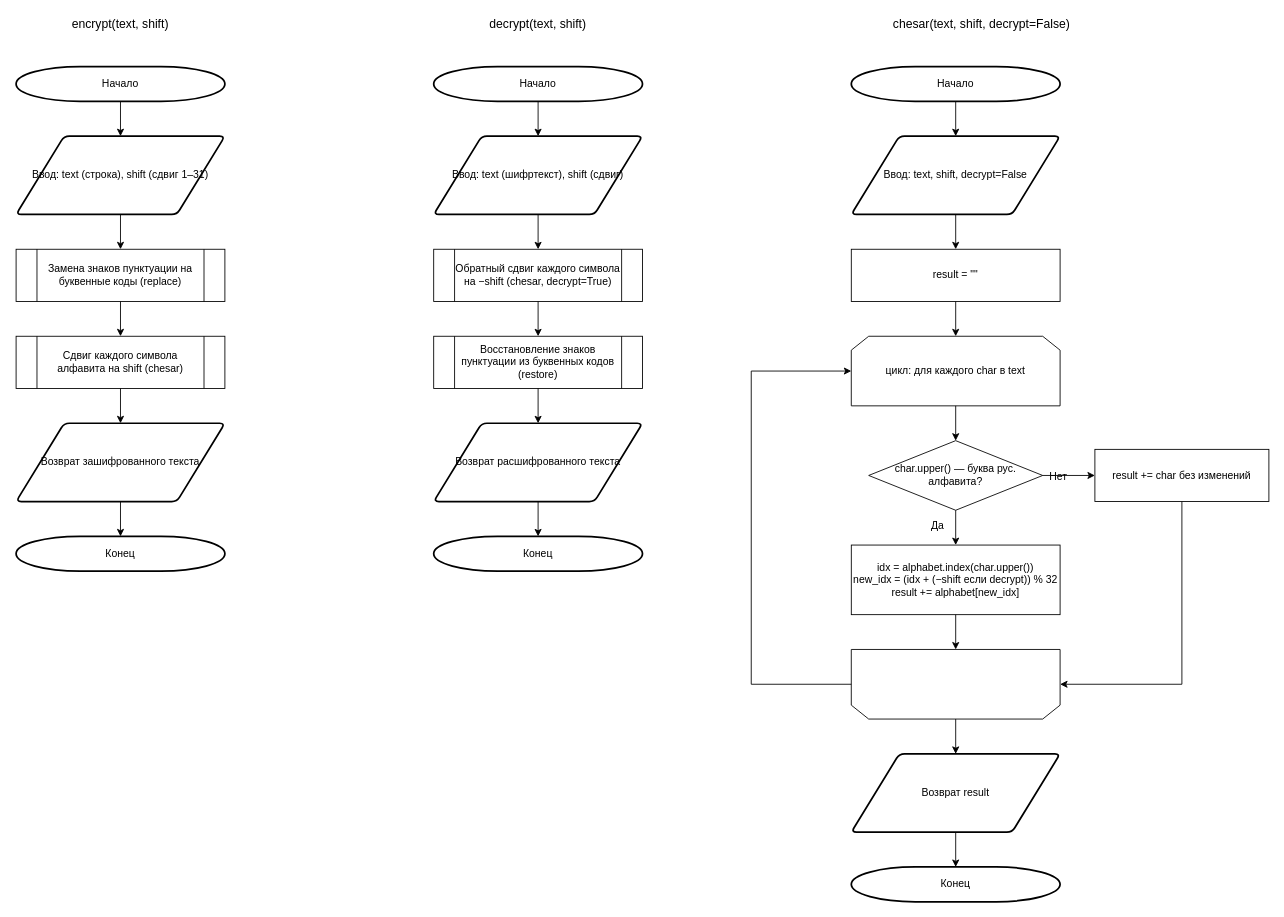
Above: caesar_diagram.drawio in Laincetta/mospolytech-cryptography (draw.io), before the change. Source tidied: cells renumbered, new cells numbered last; positions are measured from the earlier drawing's top-left corner, leaving out a move shared by most shapes. Both pictures are drawn from the tidied source at 87%, with x=0, y=0 at pixel (16, 15).
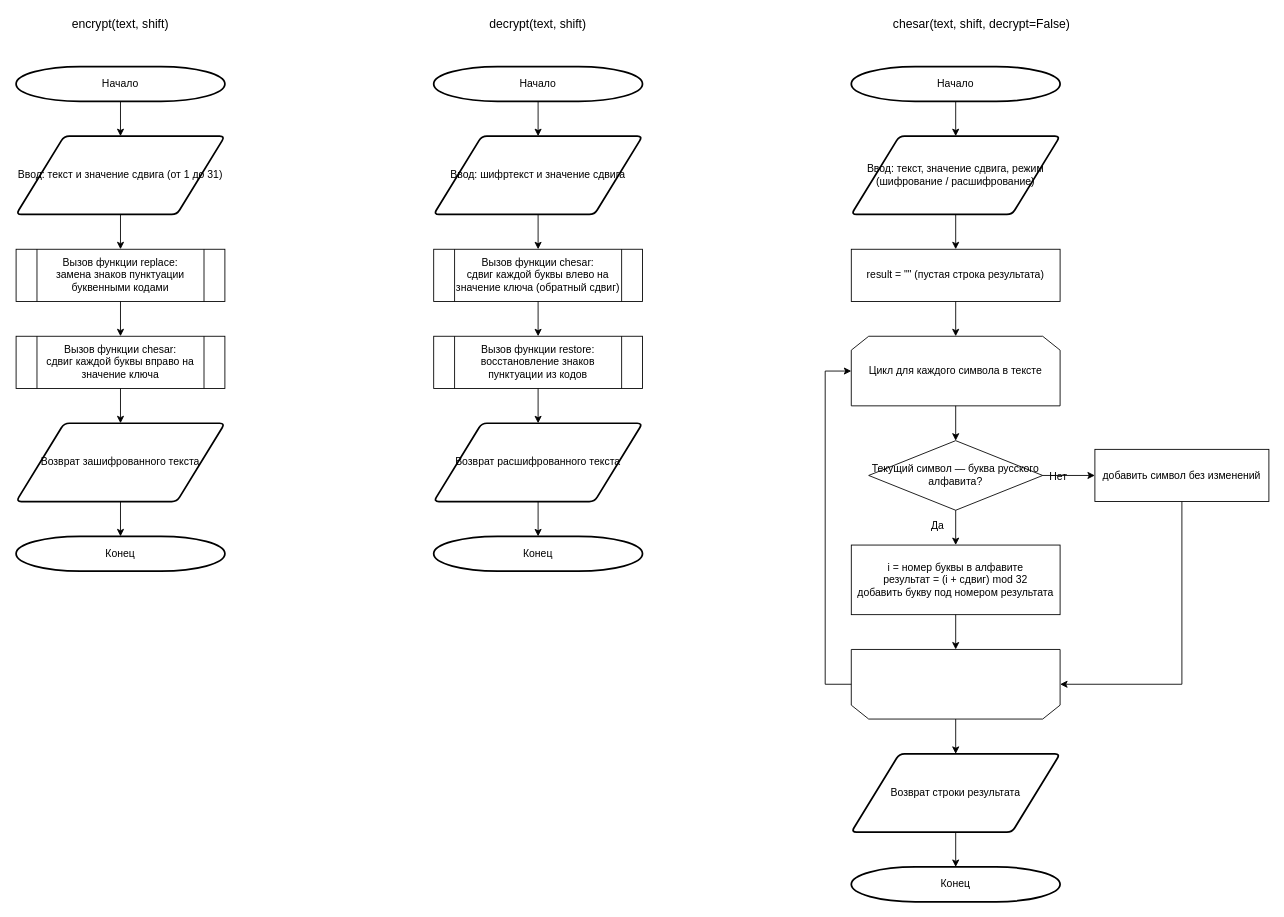
The same diagram, later.

The change refers to these unchanged cells:
```xml
<mxCell id="37" style="text;html=1;whiteSpace=wrap;strokeColor=none;fillColor=none;opacity=0;" parent="1" vertex="1">
  <mxGeometry x="960" y="729" width="240" height="80" as="geometry" />
</mxCell>
```

Diff of the diagram source:
```diff
@@
-    <mxCell id="4" value="Ввод: text (строка), shift (сдвиг 1–31)" style="shape=parallelogram;html=1;strokeWidth=2;perimeter=parallelogramPerimeter;whiteSpace=wrap;rounded=1;arcSize=12;size=0.23;" parent="1" vertex="1">
+    <mxCell id="4" value="Ввод: текст и значение сдвига (от 1 до 31)" style="shape=parallelogram;html=1;strokeWidth=2;perimeter=parallelogramPerimeter;whiteSpace=wrap;rounded=1;arcSize=12;size=0.23;" parent="1" vertex="1">
       <mxGeometry y="139" width="240" height="90" as="geometry" />
     </mxCell>
-    <mxCell id="5" value="Замена знаков пунктуации на буквенные коды (replace)" style="shape=process;whiteSpace=wrap;html=1;backgroundOutline=1;" parent="1" vertex="1">
+    <mxCell id="5" value="Вызов функции replace:&#10;замена знаков пунктуации буквенными кодами" style="shape=process;whiteSpace=wrap;html=1;backgroundOutline=1;" parent="1" vertex="1">
       <mxGeometry y="269" width="240" height="60" as="geometry" />
     </mxCell>
-    <mxCell id="6" value="Сдвиг каждого символа алфавита на shift (chesar)" style="shape=process;whiteSpace=wrap;html=1;backgroundOutline=1;" parent="1" vertex="1">
+    <mxCell id="6" value="Вызов функции chesar:&#10;сдвиг каждой буквы вправо на значение ключа" style="shape=process;whiteSpace=wrap;html=1;backgroundOutline=1;" parent="1" vertex="1">
       <mxGeometry y="369" width="240" height="60" as="geometry" />
     </mxCell>
@@
-    <mxCell id="16" value="Ввод: text (шифртекст), shift (сдвиг)" style="shape=parallelogram;html=1;strokeWidth=2;perimeter=parallelogramPerimeter;whiteSpace=wrap;rounded=1;arcSize=12;size=0.23;" parent="1" vertex="1">
+    <mxCell id="16" value="Ввод: шифртекст и значение сдвига" style="shape=parallelogram;html=1;strokeWidth=2;perimeter=parallelogramPerimeter;whiteSpace=wrap;rounded=1;arcSize=12;size=0.23;" parent="1" vertex="1">
       <mxGeometry x="480" y="139" width="240" height="90" as="geometry" />
     </mxCell>
-    <mxCell id="17" value="Обратный сдвиг каждого символа на −shift (chesar, decrypt=True)" style="shape=process;whiteSpace=wrap;html=1;backgroundOutline=1;" parent="1" vertex="1">
+    <mxCell id="17" value="Вызов функции chesar:&#10;сдвиг каждой буквы влево на значение ключа (обратный сдвиг)" style="shape=process;whiteSpace=wrap;html=1;backgroundOutline=1;" parent="1" vertex="1">
       <mxGeometry x="480" y="269" width="240" height="60" as="geometry" />
     </mxCell>
-    <mxCell id="18" value="Восстановление знаков пунктуации из буквенных кодов (restore)" style="shape=process;whiteSpace=wrap;html=1;backgroundOutline=1;" parent="1" vertex="1">
+    <mxCell id="18" value="Вызов функции restore:&#10;восстановление знаков пунктуации из кодов" style="shape=process;whiteSpace=wrap;html=1;backgroundOutline=1;" parent="1" vertex="1">
       <mxGeometry x="480" y="369" width="240" height="60" as="geometry" />
     </mxCell>
@@
-    <mxCell id="28" value="Ввод: text, shift, decrypt=False" style="shape=parallelogram;html=1;strokeWidth=2;perimeter=parallelogramPerimeter;whiteSpace=wrap;rounded=1;arcSize=12;size=0.23;" parent="1" vertex="1">
+    <mxCell id="28" value="Ввод: текст, значение сдвига, режим (шифрование / расшифрование)" style="shape=parallelogram;html=1;strokeWidth=2;perimeter=parallelogramPerimeter;whiteSpace=wrap;rounded=1;arcSize=12;size=0.23;" parent="1" vertex="1">
       <mxGeometry x="960" y="139" width="240" height="90" as="geometry" />
     </mxCell>
-    <mxCell id="29" value="result = &quot;&quot;" style="rounded=0;whiteSpace=wrap;html=1;" parent="1" vertex="1">
+    <mxCell id="29" value="result = &amp;quot;&amp;quot; (пустая строка результата)" style="rounded=0;whiteSpace=wrap;html=1;" parent="1" vertex="1">
       <mxGeometry x="960" y="269" width="240" height="60" as="geometry" />
     </mxCell>
-    <mxCell id="30" value="цикл: для каждого char в text" style="shape=loopLimit;whiteSpace=wrap;html=1;" parent="1" vertex="1">
+    <mxCell id="30" value="Цикл для каждого символа в тексте" style="shape=loopLimit;whiteSpace=wrap;html=1;" parent="1" vertex="1">
       <mxGeometry x="960" y="369" width="240" height="80" as="geometry" />
     </mxCell>
-    <mxCell id="31" value="char.upper() — буква рус. алфавита?" style="rhombus;whiteSpace=wrap;html=1;" parent="1" vertex="1">
+    <mxCell id="31" value="Текущий символ — буква русского алфавита?" style="rhombus;whiteSpace=wrap;html=1;" parent="1" vertex="1">
       <mxGeometry x="980" y="489" width="200" height="80" as="geometry" />
     </mxCell>
@@
-    <mxCell id="34" value="idx = alphabet.index(char.upper())&#10;new_idx = (idx + (−shift если decrypt)) % 32&#10;result += alphabet[new_idx]" style="rounded=0;whiteSpace=wrap;html=1;" parent="1" vertex="1">
+    <mxCell id="34" value="i = номер буквы в алфавите&#10;результат = (i + сдвиг) mod 32&#10;добавить букву под номером результата" style="rounded=0;whiteSpace=wrap;html=1;" parent="1" vertex="1">
       <mxGeometry x="960" y="609" width="240" height="80" as="geometry" />
     </mxCell>
-    <mxCell id="35" value="result += char без изменений" style="rounded=0;whiteSpace=wrap;html=1;" parent="1" vertex="1">
+    <mxCell id="35" value="добавить символ без изменений" style="rounded=0;whiteSpace=wrap;html=1;" parent="1" vertex="1">
       <mxGeometry x="1240" y="499" width="200" height="60" as="geometry" />
     </mxCell>
@@
-    <mxCell id="38" value="Возврат result" style="shape=parallelogram;html=1;strokeWidth=2;perimeter=parallelogramPerimeter;whiteSpace=wrap;rounded=1;arcSize=12;size=0.23;" parent="1" vertex="1">
+    <mxCell id="38" value="Возврат строки результата" style="shape=parallelogram;html=1;strokeWidth=2;perimeter=parallelogramPerimeter;whiteSpace=wrap;rounded=1;arcSize=12;size=0.23;" parent="1" vertex="1">
       <mxGeometry x="960" y="849" width="240" height="90" as="geometry" />
     </mxCell>
@@
     <mxCell id="48" style="edgeStyle=orthogonalEdgeStyle;rounded=0;jettySize=auto;html=1;exitX=0;exitY=0.5;exitDx=0;exitDy=0;entryX=0;entryY=0.5;entryDx=0;entryDy=0;" parent="1" edge="1" source="37" target="30">
       <mxGeometry relative="1" as="geometry">
         <Array as="points">
-          <mxPoint x="845" y="769" />
-          <mxPoint x="845" y="409" />
+          <mxPoint x="930" y="769" />
+          <mxPoint x="930" y="409" />
         </Array>
       </mxGeometry>
     </mxCell>
```
